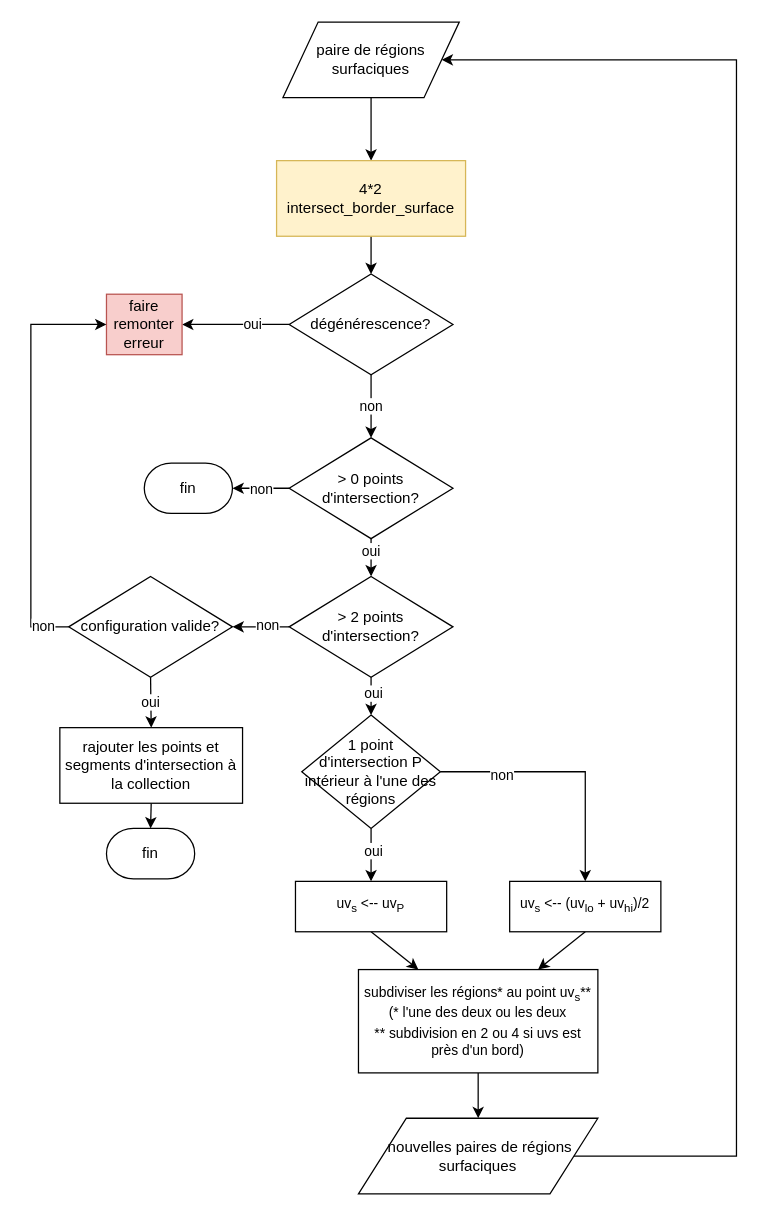
BastienAndrieu/These keeps this draw.io diagram as page "intersect_simple_surfaces" (7 of 8) of mindmap.drawio. Above is the earlier version. Source tidied: cells renumbered, new cells numbered last; positions are measured from the earlier drawing's top-left corner, leaving out a move shared by most shapes. Both pictures are drawn from the tidied source at 126%, with x=0, y=0 at pixel (30, 21).
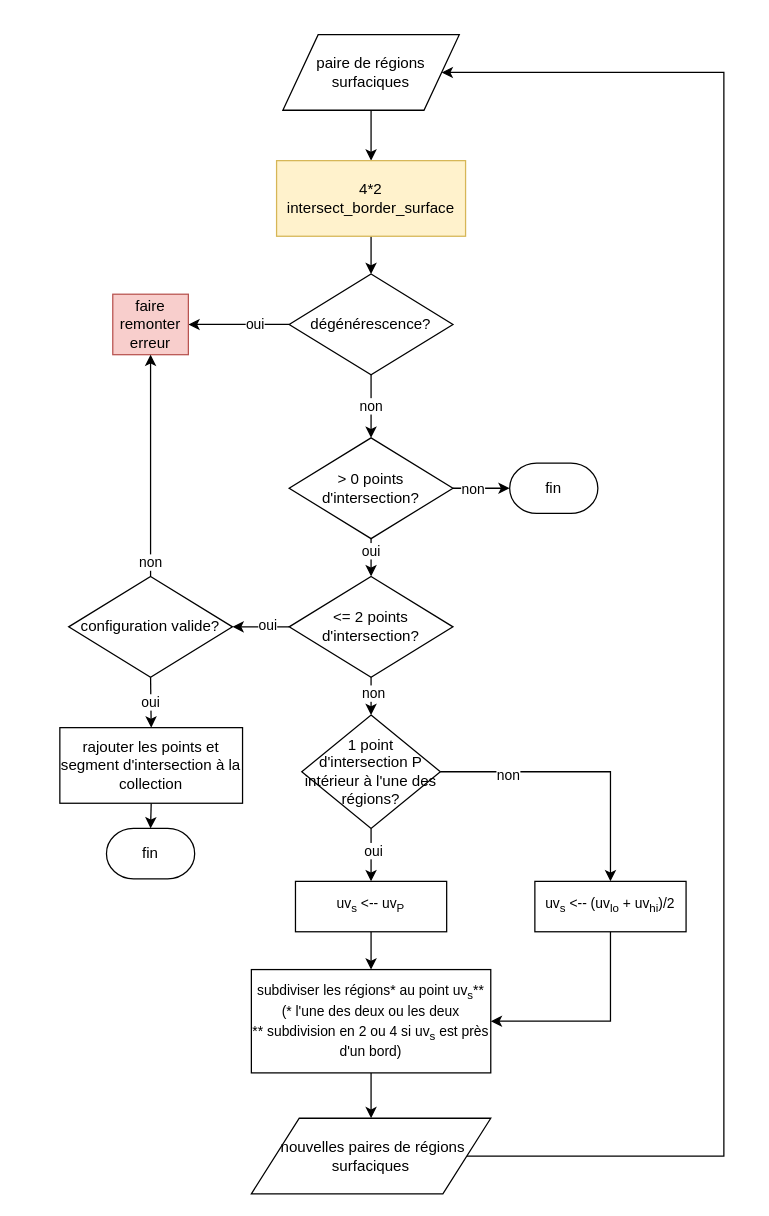
The same diagram, later.

Commit message (it also covers changes not shown here):
fini algos intersection dans mindmap.drawio, mis à jour plan_new.odt

The change refers to these unchanged cells:
```xml
<mxCell id="7" value="uv&lt;sub&gt;s&lt;/sub&gt; &amp;lt;-- uv&lt;sub&gt;P&lt;/sub&gt;" style="rounded=0;whiteSpace=wrap;html=1;strokeWidth=1;fontSize=11;align=center;" parent="1" vertex="1">
  <mxGeometry x="210" y="682" width="120" height="40" as="geometry" />
</mxCell>
<mxCell id="20" value="&amp;gt; 0 points d'intersection?" style="rhombus;whiteSpace=wrap;html=1;strokeWidth=1;fontSize=12;align=center;" parent="1" vertex="1">
  <mxGeometry x="205" y="330" width="130" height="80" as="geometry" />
</mxCell>
<mxCell id="24" style="edgeStyle=none;rounded=0;jettySize=auto;html=1;exitX=0;exitY=0.5;exitDx=0;exitDy=0;entryX=1;entryY=0.5;entryDx=0;entryDy=0;fontSize=11;" parent="1" edge="1" source="26" target="29">
  <mxGeometry relative="1" as="geometry" />
</mxCell>
<mxCell id="29" value="configuration valide?" style="rhombus;whiteSpace=wrap;html=1;strokeWidth=1;fontSize=12;align=center;" parent="1" vertex="1">
  <mxGeometry x="30" y="440" width="130" height="80" as="geometry" />
</mxCell>
<mxCell id="36" style="rounded=0;jettySize=auto;html=1;exitX=0.5;exitY=1;exitDx=0;exitDy=0;entryX=0.5;entryY=0;entryDx=0;entryDy=0;fontSize=11;" parent="1" edge="1" source="26" target="35">
  <mxGeometry relative="1" as="geometry" />
</mxCell>
```

What changed in the source:
```diff
@@
     <mxCell id="3" value="paire de régions surfaciques" style="shape=parallelogram;perimeter=parallelogramPerimeter;whiteSpace=wrap;html=1;align=center;" parent="1" vertex="1">
-      <mxGeometry x="200" width="140" height="60" as="geometry" />
+      <mxGeometry x="200" y="10" width="140" height="60" as="geometry" />
     </mxCell>
@@
-    <mxCell id="6" style="rounded=0;jettySize=auto;html=1;exitX=0.5;exitY=1;exitDx=0;exitDy=0;fontSize=11;entryX=0.25;entryY=0;entryDx=0;entryDy=0;" parent="1" edge="1" source="7" target="10">
+    <mxCell id="6" style="rounded=0;jettySize=auto;html=1;exitX=0.5;exitY=1;exitDx=0;exitDy=0;fontSize=11;entryX=0.5;entryY=0;entryDx=0;entryDy=0;" parent="1" edge="1" source="7" target="10">
       <mxGeometry relative="1" as="geometry" />
     </mxCell>
@@
     <mxCell id="8" style="edgeStyle=orthogonalEdgeStyle;rounded=0;jettySize=auto;html=1;entryX=1;entryY=0.5;entryDx=0;entryDy=0;fontSize=11;exitX=1;exitY=0.5;exitDx=0;exitDy=0;" parent="1" edge="1" source="11" target="3">
       <mxGeometry relative="1" as="geometry">
         <Array as="points">
-          <mxPoint x="560" y="900" />
-          <mxPoint x="560" y="30" />
+          <mxPoint x="550" y="900" />
+          <mxPoint x="550" y="40" />
         </Array>
       </mxGeometry>
     </mxCell>
@@
-    <mxCell id="10" value="subdiviser les régions* au point uv&lt;sub&gt;s&lt;/sub&gt;**&lt;br&gt;&lt;sub&gt;&lt;/sub&gt;(* l'une des deux ou les deux&lt;br&gt;** subdivision en 2 ou 4 si uvs est près d'un bord)" style="rounded=0;whiteSpace=wrap;html=1;strokeWidth=1;fontSize=11;align=center;" parent="1" vertex="1">
-      <mxGeometry x="260" y="752" width="190" height="82" as="geometry" />
+    <mxCell id="10" value="subdiviser les régions* au point uv&lt;sub&gt;s&lt;/sub&gt;**&lt;br&gt;&lt;sub&gt;&lt;/sub&gt;(* l'une des deux ou les deux&lt;br&gt;** subdivision en 2 ou 4 si uv&lt;sub&gt;s&lt;/sub&gt; est près d'un bord)" style="rounded=0;whiteSpace=wrap;html=1;strokeWidth=1;fontSize=11;align=center;" parent="1" vertex="1">
+      <mxGeometry x="175" y="752" width="190" height="82" as="geometry" />
     </mxCell>
     <mxCell id="11" value="&amp;nbsp;nouvelles paires de régions surfaciques" style="shape=parallelogram;perimeter=parallelogramPerimeter;whiteSpace=wrap;html=1;align=center;" parent="1" vertex="1">
-      <mxGeometry x="260" y="870" width="190" height="60" as="geometry" />
+      <mxGeometry x="175" y="870" width="190" height="60" as="geometry" />
     </mxCell>
@@
     <mxCell id="16" value="faire remonter erreur" style="rounded=0;whiteSpace=wrap;html=1;fillColor=#f8cecc;strokeColor=#b85450;" parent="1" vertex="1">
-      <mxGeometry x="60" y="216" width="60" height="48" as="geometry" />
+      <mxGeometry x="65" y="216" width="60" height="48" as="geometry" />
     </mxCell>
-    <mxCell id="17" style="edgeStyle=orthogonalEdgeStyle;rounded=0;jettySize=auto;html=1;exitX=0;exitY=0.5;exitDx=0;exitDy=0;entryX=1;entryY=0.5;entryDx=0;entryDy=0;entryPerimeter=0;fontSize=12;" parent="1" edge="1" source="20" target="21">
+    <mxCell id="17" style="rounded=0;jettySize=auto;html=1;exitX=1;exitY=0.5;exitDx=0;exitDy=0;entryX=0;entryY=0.5;entryDx=0;entryDy=0;entryPerimeter=0;fontSize=12;" parent="1" edge="1" source="20" target="21">
       <mxGeometry relative="1" as="geometry" />
     </mxCell>
     <mxCell id="18" value="non" style="text;html=1;align=center;verticalAlign=middle;labelBackgroundColor=#ffffff;fontSize=11;" parent="17" vertex="1">
       <mxGeometry x="0.07" y="-3" relative="1" as="geometry">
-        <mxPoint x="1.5" y="3" as="offset" />
+        <mxPoint x="-9" y="-3" as="offset" />
       </mxGeometry>
     </mxCell>
@@
     <mxCell id="21" value="fin" style="strokeWidth=1;html=1;shape=mxgraph.flowchart.terminator;whiteSpace=wrap;align=center;" parent="1" vertex="1">
-      <mxGeometry x="90" y="350" width="70" height="40" as="geometry" />
+      <mxGeometry x="380" y="350" width="70" height="40" as="geometry" />
     </mxCell>
@@
-    <mxCell id="25" value="non" style="text;html=1;align=center;verticalAlign=middle;labelBackgroundColor=#ffffff;fontSize=11;" parent="24" vertex="1">
+    <mxCell id="25" value="oui" style="text;html=1;align=center;verticalAlign=middle;labelBackgroundColor=#ffffff;fontSize=11;" parent="24" vertex="1">
       <mxGeometry x="-0.2" y="-2" relative="1" as="geometry" />
     </mxCell>
-    <mxCell id="26" value="&amp;gt; 2 points d'intersection?" style="rhombus;whiteSpace=wrap;html=1;strokeWidth=1;fontSize=12;align=center;" parent="1" vertex="1">
+    <mxCell id="26" value="&amp;lt;= 2 points d'intersection?" style="rhombus;whiteSpace=wrap;html=1;strokeWidth=1;fontSize=12;align=center;" parent="1" vertex="1">
       <mxGeometry x="205" y="440" width="130" height="80" as="geometry" />
     </mxCell>
-    <mxCell id="27" value="non" style="edgeStyle=orthogonalEdgeStyle;rounded=0;jettySize=auto;html=1;exitX=0;exitY=0.5;exitDx=0;exitDy=0;entryX=0;entryY=0.5;entryDx=0;entryDy=0;fontSize=11;" parent="1" edge="1" source="29" target="16">
-      <mxGeometry x="-0.88" relative="1" as="geometry">
-        <Array as="points">
-          <mxPoint y="480" />
-          <mxPoint y="240" />
-        </Array>
-      </mxGeometry>
+    <mxCell id="27" value="non" style="rounded=0;jettySize=auto;html=1;exitX=0.5;exitY=0;exitDx=0;exitDy=0;entryX=0.5;entryY=1;entryDx=0;entryDy=0;fontSize=11;" parent="1" edge="1" source="29" target="16">
+      <mxGeometry x="-0.88" relative="1" as="geometry" />
     </mxCell>
@@
-    <mxCell id="31" value="rajouter les points et segments d'intersection à la collection" style="rounded=0;whiteSpace=wrap;html=1;strokeWidth=1;fontSize=12;align=center;" parent="1" vertex="1">
+    <mxCell id="31" value="rajouter les points et segment d'intersection à la collection" style="rounded=0;whiteSpace=wrap;html=1;strokeWidth=1;fontSize=12;align=center;" parent="1" vertex="1">
       <mxGeometry x="23" y="560" width="145" height="60" as="geometry" />
     </mxCell>
@@
-    <mxCell id="35" value="1 point d'intersection P intérieur à l'une des régions" style="rhombus;whiteSpace=wrap;html=1;strokeWidth=1;fontSize=12;align=center;" parent="1" vertex="1">
+    <mxCell id="35" value="1 point d'intersection P intérieur à l'une des régions?" style="rhombus;whiteSpace=wrap;html=1;strokeWidth=1;fontSize=12;align=center;" parent="1" vertex="1">
       <mxGeometry x="215" y="550" width="110" height="90" as="geometry" />
     </mxCell>
@@
-    <mxCell id="37" value="oui" style="text;html=1;align=center;verticalAlign=middle;labelBackgroundColor=#ffffff;fontSize=11;" parent="36" vertex="1">
+    <mxCell id="37" value="non" style="text;html=1;align=center;verticalAlign=middle;labelBackgroundColor=#ffffff;fontSize=11;" parent="36" vertex="1">
       <mxGeometry x="-0.2" y="1" relative="1" as="geometry" />
     </mxCell>
-    <mxCell id="38" style="edgeStyle=none;rounded=0;jettySize=auto;html=1;exitX=0.5;exitY=1;exitDx=0;exitDy=0;entryX=0.75;entryY=0;entryDx=0;entryDy=0;fontSize=12;" parent="1" edge="1" source="39" target="10">
+    <mxCell id="38" style="edgeStyle=orthogonalEdgeStyle;rounded=0;jettySize=auto;html=1;exitX=0.5;exitY=1;exitDx=0;exitDy=0;entryX=1;entryY=0.5;entryDx=0;entryDy=0;fontSize=12;" parent="1" edge="1" source="39" target="10">
       <mxGeometry relative="1" as="geometry" />
     </mxCell>
     <mxCell id="39" value="uv&lt;sub&gt;s&lt;/sub&gt; &amp;lt;-- (uv&lt;sub&gt;lo&lt;/sub&gt; + uv&lt;sub&gt;hi&lt;/sub&gt;)/2" style="rounded=0;whiteSpace=wrap;html=1;strokeWidth=1;fontSize=11;align=center;" parent="1" vertex="1">
-      <mxGeometry x="380" y="682" width="120" height="40" as="geometry" />
+      <mxGeometry x="400" y="682" width="120" height="40" as="geometry" />
     </mxCell>
```
